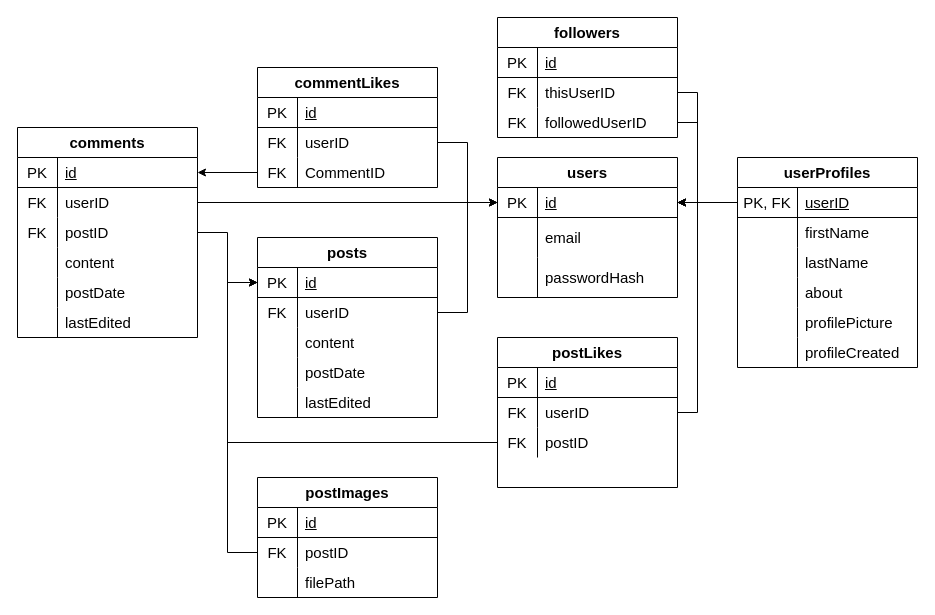
Earlier version of the draw.io diagram webbutveckling/Databaser/Moment4/relations.drawio (EliasEriksson/miun). Source tidied: cells renumbered, new cells numbered last; positions are measured from the earlier drawing's top-left corner, leaving out a move shared by most shapes. Both pictures are drawn from the tidied source at 100%, with x=0, y=0 at pixel (17, 17).
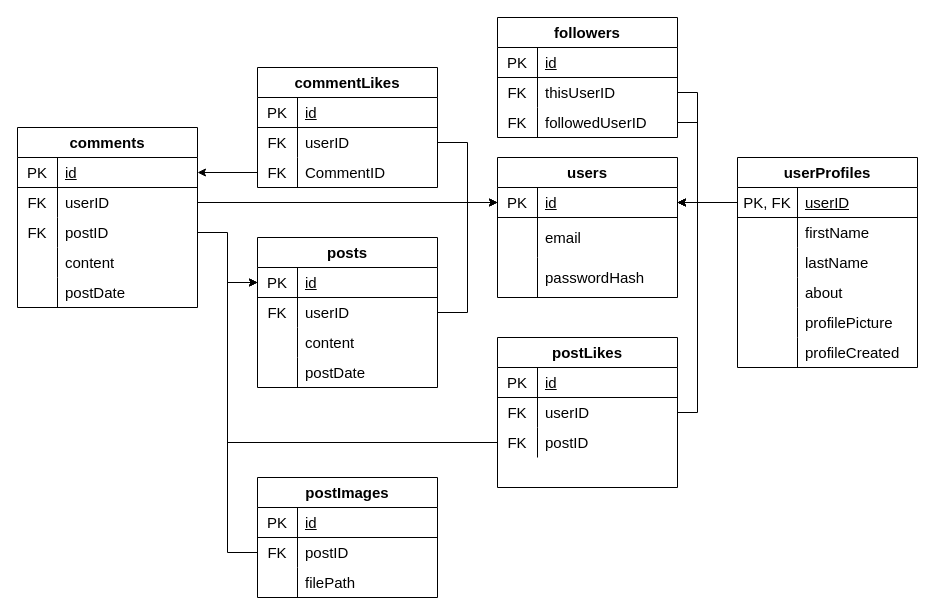
The same diagram, later.

What changed in the source:
```diff
@@
     <mxCell id="12" value="posts" style="shape=table;html=1;whiteSpace=wrap;startSize=30;childLayout=tableLayout;rowLines=0;fontStyle=1;align=center;fontSize=15;" parent="1" vertex="1">
-      <mxGeometry x="240" y="220" width="180" height="180" as="geometry" />
+      <mxGeometry x="240" y="220" width="180" height="150" as="geometry" />
     </mxCell>
@@
-    <mxCell id="25" style="shape=partialRectangle;html=1;whiteSpace=wrap;fillColor=none;top=0;left=0;bottom=0;right=0;fontSize=15;" parent="12" vertex="1">
-      <mxGeometry y="150" width="180" height="30" as="geometry" />
-    </mxCell>
-    <mxCell id="26" style="shape=partialRectangle;html=1;whiteSpace=wrap;fillColor=none;top=0;left=0;bottom=0;right=0;overflow=hidden;fontSize=15;" parent="25" vertex="1">
-      <mxGeometry width="40" height="30" as="geometry" />
-    </mxCell>
-    <mxCell id="27" value="lastEdited" style="shape=partialRectangle;html=1;whiteSpace=wrap;fillColor=none;top=0;left=0;bottom=0;right=0;align=left;spacingLeft=6;overflow=hidden;fontSize=15;" parent="25" vertex="1">
-      <mxGeometry x="40" width="140" height="30" as="geometry" />
-    </mxCell>
@@
     <mxCell id="57" value="comments" style="shape=table;html=1;whiteSpace=wrap;startSize=30;childLayout=tableLayout;rowLines=0;fontStyle=1;align=center;fontSize=15;" parent="1" vertex="1">
-      <mxGeometry y="110" width="180" height="210" as="geometry" />
+      <mxGeometry y="110" width="180" height="180" as="geometry" />
     </mxCell>
@@
-    <mxCell id="73" style="shape=partialRectangle;html=1;whiteSpace=wrap;fillColor=none;top=0;left=0;bottom=0;right=0;fontSize=15;" parent="57" vertex="1">
-      <mxGeometry y="180" width="180" height="30" as="geometry" />
-    </mxCell>
-    <mxCell id="74" style="shape=partialRectangle;html=1;whiteSpace=wrap;fillColor=none;top=0;left=0;bottom=0;right=0;overflow=hidden;fontSize=15;" parent="73" vertex="1">
-      <mxGeometry width="40" height="30" as="geometry" />
-    </mxCell>
-    <mxCell id="75" value="lastEdited" style="shape=partialRectangle;html=1;whiteSpace=wrap;fillColor=none;top=0;left=0;bottom=0;right=0;align=left;spacingLeft=6;overflow=hidden;fontSize=15;" parent="73" vertex="1">
-      <mxGeometry x="40" width="140" height="30" as="geometry" />
-    </mxCell>
```
